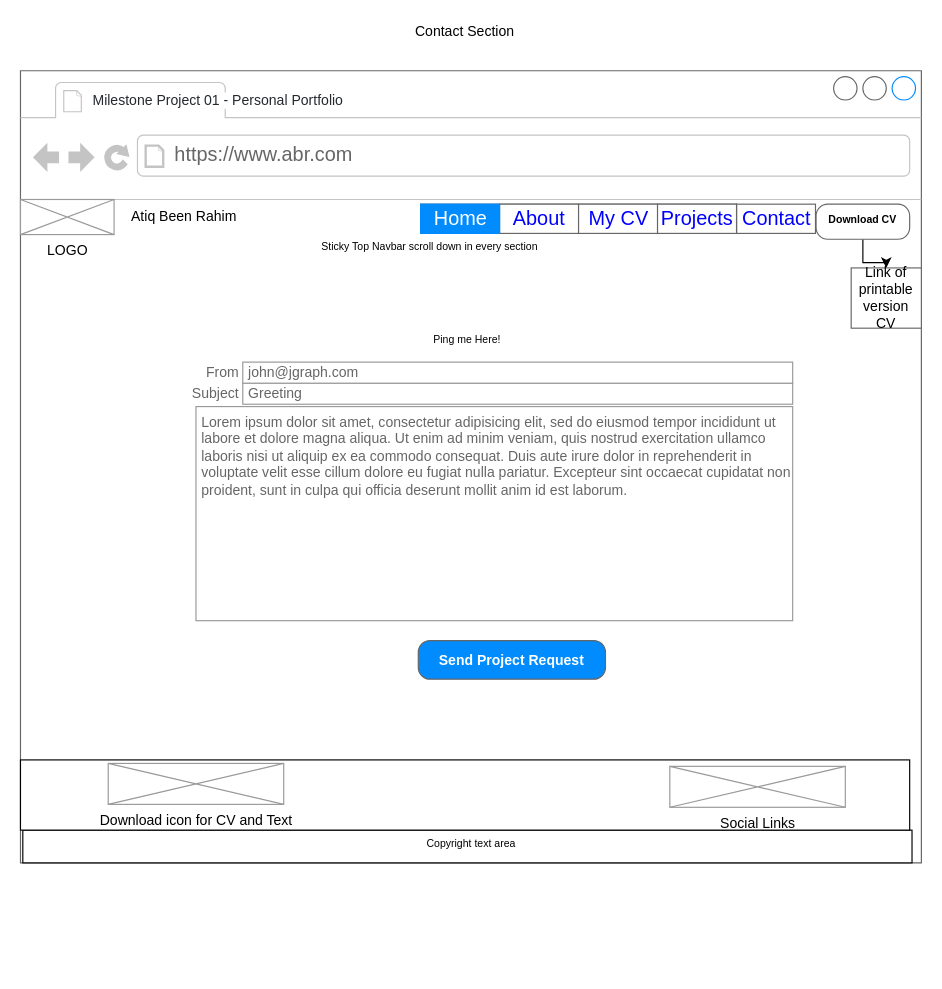
Above: page "Page-5" (5 of 5) of assets/Untitled Diagram.drawio in Code-Institute-Submissions/milestone-project-06 (draw.io), before the change. Source tidied: cells renumbered, new cells numbered last; positions are measured from the earlier drawing's top-left corner, leaving out a move shared by most shapes. Both pictures are drawn from the tidied source at 117%, with x=0, y=0 at pixel (20, 20).
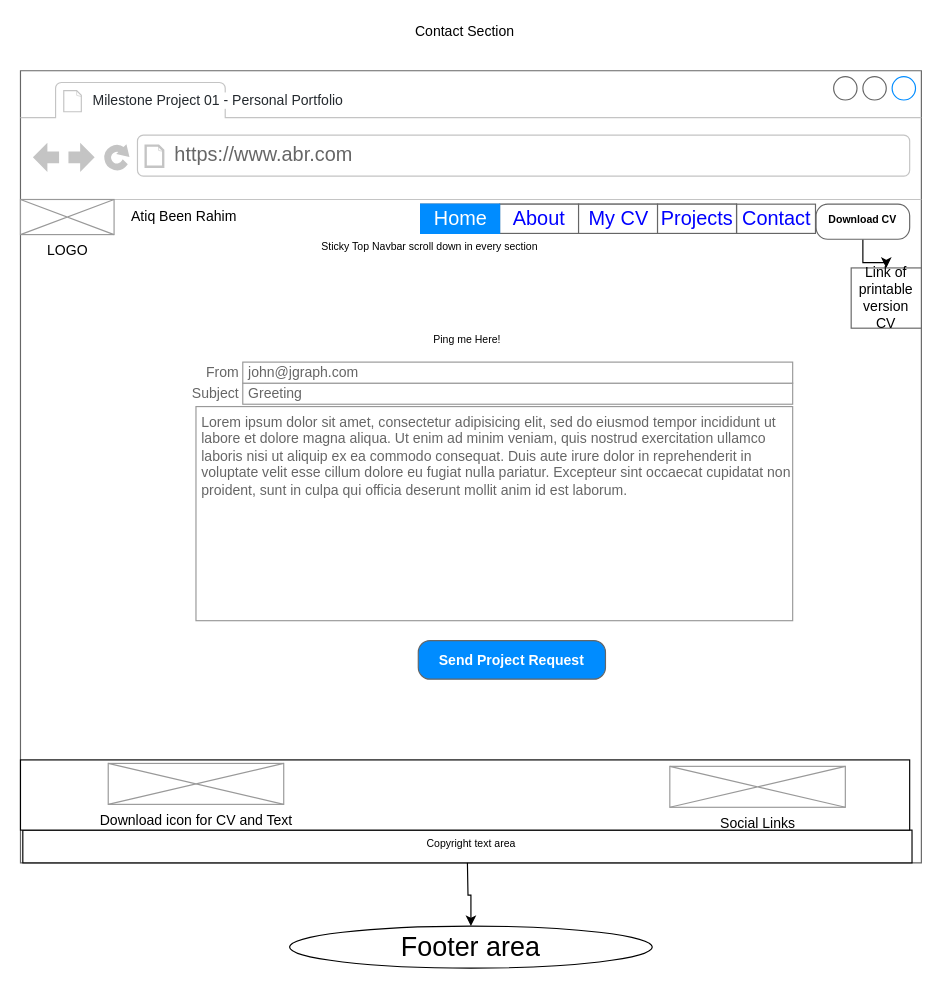
After the change.

Diff of the diagram source:
```diff
@@
+    <mxCell id="32" value="Footer area" style="ellipse;whiteSpace=wrap;html=1;rounded=0;fontSize=23;align=center;fillColor=#FFFFFF;sketch=0;" parent="1" vertex="1">
+      <mxGeometry x="230" y="774" width="310" height="36" as="geometry" />
+    </mxCell>
+    <mxCell id="33" style="edgeStyle=orthogonalEdgeStyle;rounded=0;jettySize=auto;html=1;fontSize=12;" parent="1" edge="1" target="32">
+      <mxGeometry relative="1" as="geometry">
+        <mxPoint x="382" y="720" as="sourcePoint" />
+      </mxGeometry>
+    </mxCell>
```
